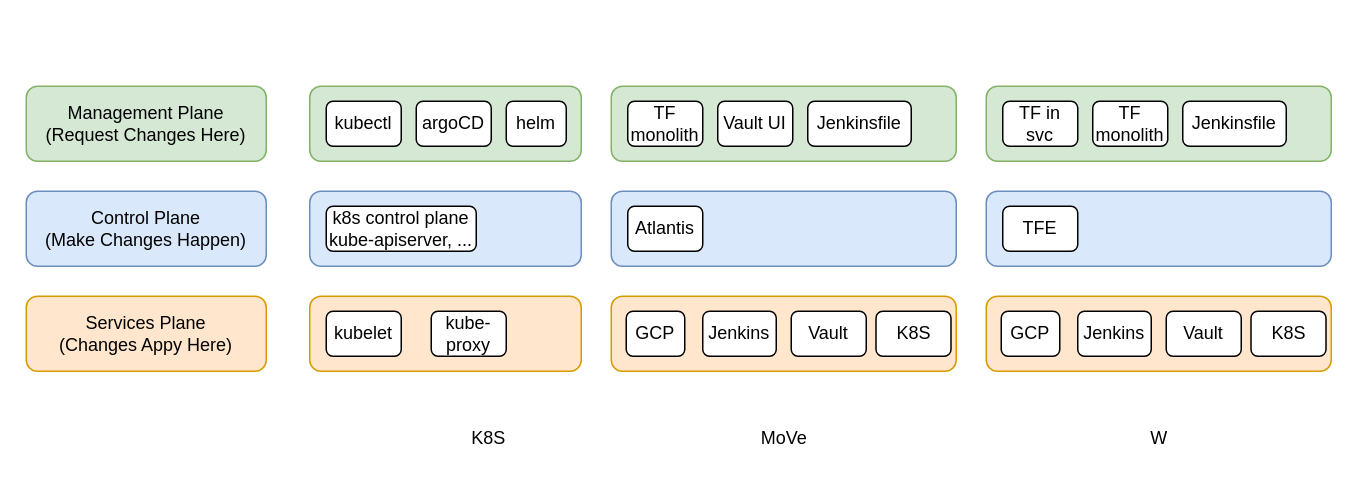
Before: page "anatomy" (1 of 2) of catalog/platforming/drawings.drawio in tastybug/zettelkasten, a draw.io diagram. Source tidied: cells renumbered, new cells numbered last; positions are measured from the earlier drawing's top-left corner, leaving out a move shared by most shapes. Both pictures are drawn from the tidied source at 150%, with x=0, y=0 at pixel (26, 86).
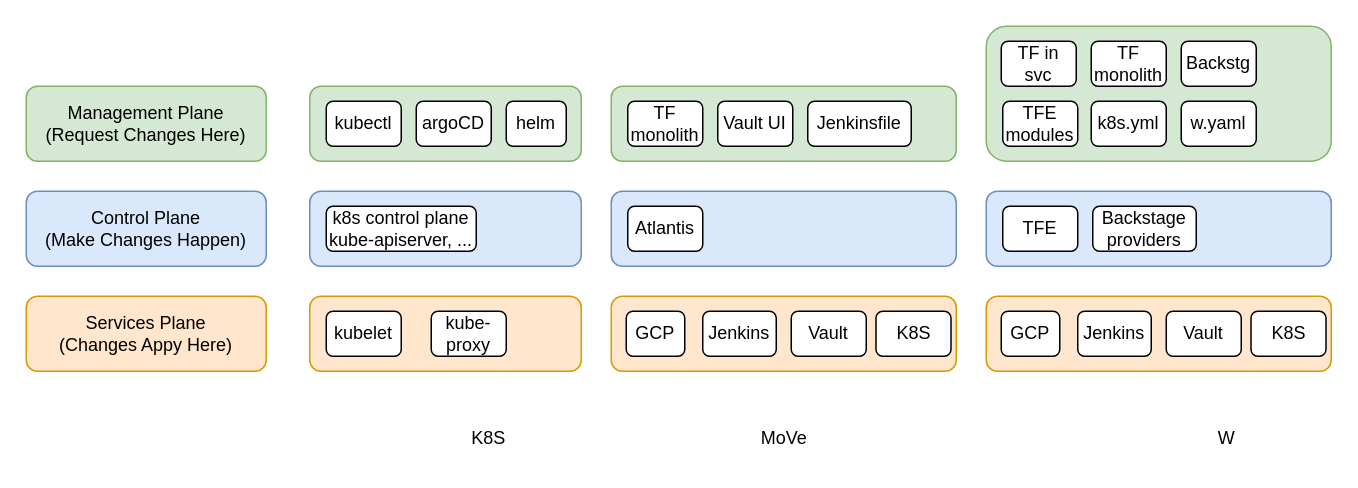
The same page after the edit.

Diff of the diagram source:
```diff
@@
     <mxCell id="27" style="rounded=1;whiteSpace=wrap;html=1;fillColor=#d5e8d4;strokeColor=#82b366;" parent="1" vertex="1">
-      <mxGeometry x="640" width="230" height="50" as="geometry" />
+      <mxGeometry x="640" y="-40" width="230" height="90" as="geometry" />
     </mxCell>
     <mxCell id="28" value="TF in&lt;div&gt;svc&lt;/div&gt;" style="rounded=1;whiteSpace=wrap;html=1;" parent="1" vertex="1">
-      <mxGeometry x="651" y="10" width="50" height="30" as="geometry" />
+      <mxGeometry x="650" y="-30" width="50" height="30" as="geometry" />
     </mxCell>
     <mxCell id="29" value="TF monolith" style="rounded=1;whiteSpace=wrap;html=1;" parent="1" vertex="1">
-      <mxGeometry x="711" y="10" width="50" height="30" as="geometry" />
+      <mxGeometry x="710" y="-30" width="50" height="30" as="geometry" />
     </mxCell>
-    <mxCell id="30" value="Jenkinsfile" style="rounded=1;whiteSpace=wrap;html=1;" parent="1" vertex="1">
-      <mxGeometry x="771" y="10" width="69" height="30" as="geometry" />
+    <mxCell id="30" value="k8s.yml" style="rounded=1;whiteSpace=wrap;html=1;" parent="1" vertex="1">
+      <mxGeometry x="710" y="10" width="50" height="30" as="geometry" />
     </mxCell>
@@
     <mxCell id="35" value="W" style="text;html=1;align=center;verticalAlign=middle;whiteSpace=wrap;rounded=0;" parent="1" vertex="1">
-      <mxGeometry x="693.5" y="220" width="123" height="30" as="geometry" />
+      <mxGeometry x="739" y="220" width="123" height="30" as="geometry" />
     </mxCell>
@@
+    <mxCell id="39" value="w.yaml" style="rounded=1;whiteSpace=wrap;html=1;" parent="1" vertex="1">
+      <mxGeometry x="770" y="10" width="50" height="30" as="geometry" />
+    </mxCell>
+    <mxCell id="40" value="Backstage&lt;div&gt;providers&lt;/div&gt;" style="rounded=1;whiteSpace=wrap;html=1;" parent="1" vertex="1">
+      <mxGeometry x="711" y="80" width="69" height="30" as="geometry" />
+    </mxCell>
+    <mxCell id="41" value="Backstg" style="rounded=1;whiteSpace=wrap;html=1;" parent="1" vertex="1">
+      <mxGeometry x="770" y="-30" width="50" height="30" as="geometry" />
+    </mxCell>
+    <mxCell id="42" value="TFE&lt;div&gt;modules&lt;/div&gt;" style="rounded=1;whiteSpace=wrap;html=1;" parent="1" vertex="1">
+      <mxGeometry x="651" y="10" width="50" height="30" as="geometry" />
+    </mxCell>
```
